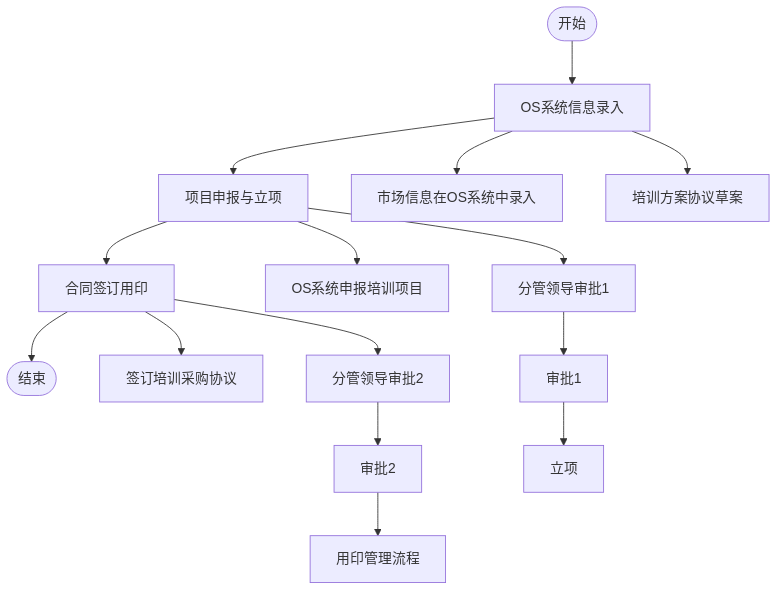
Above: outline2flow/flow_outputs/page_6.png in AmyIvan/work1 (Mermaid), before the change. Its source is kept beside it as outline2flow/mmd_outputs/page_6.mmd.
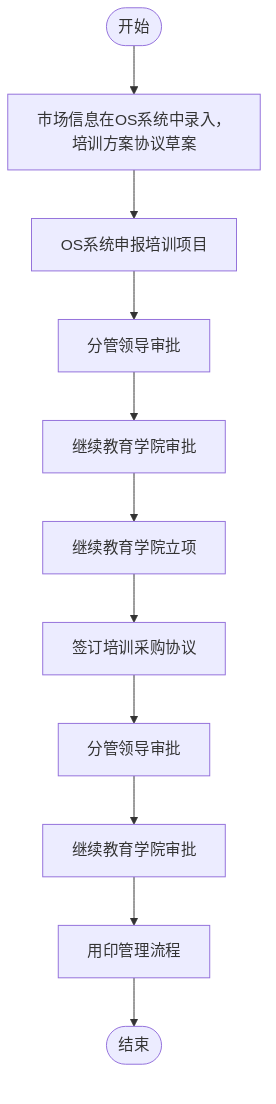
The same diagram one commit later.

What changed in the source:
```diff
@@ -1,18 +1,11 @@
 flowchart TD
-    Start(["开始"]) --> OS系统信息录入
-    OS系统信息录入 --> 项目申报与立项
-    项目申报与立项 --> 合同签订用印
-    合同签订用印 --> End(["结束"])
-
-    OS系统信息录入 --> 市场信息在OS系统中录入
-    OS系统信息录入 --> 培训方案协议草案
-
-    项目申报与立项 --> OS系统申报培训项目
-    项目申报与立项 --> 分管领导审批1
-    分管领导审批1 --> 审批1
-    审批1 --> 立项
-
-    合同签订用印 --> 签订培训采购协议
-    合同签订用印 --> 分管领导审批2
-    分管领导审批2 --> 审批2
-    审批2 --> 用印管理流程
+    Start(["开始"]) --> A[市场信息在OS系统中录入，培训方案协议草案]
+    A --> B[OS系统申报培训项目]
+    B --> C[分管领导审批]
+    C --> D[继续教育学院审批]
+    D --> E[继续教育学院立项]
+    E --> F[签订培训采购协议]
+    F --> G[分管领导审批]
+    G --> H[继续教育学院审批]
+    H --> I[用印管理流程]
+    I --> End(["结束"])
```
